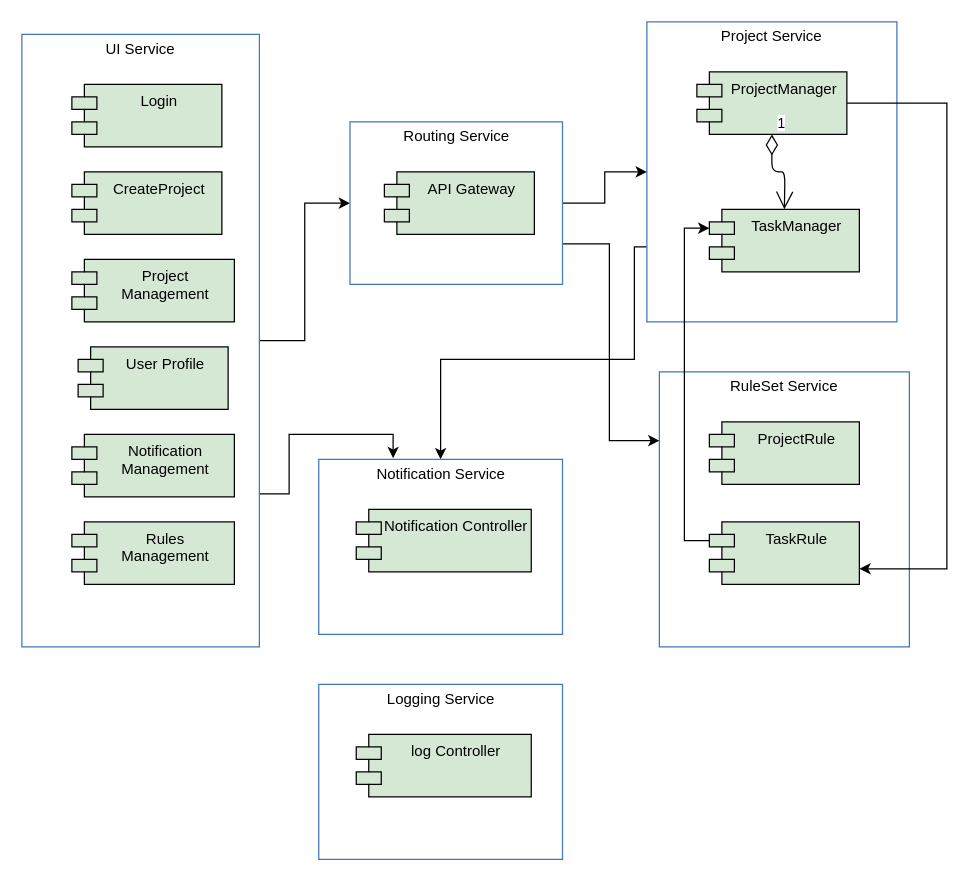
Above: page "Component Model" (3 of 3) of oasis-architecture.drawio in JackZhao2517/drawio_folder (draw.io), before the change. Source tidied: cells renumbered, new cells numbered last; positions are measured from the earlier drawing's top-left corner, leaving out a move shared by most shapes. Both pictures are drawn from the tidied source at 125%, with x=0, y=0 at pixel (21, 21).
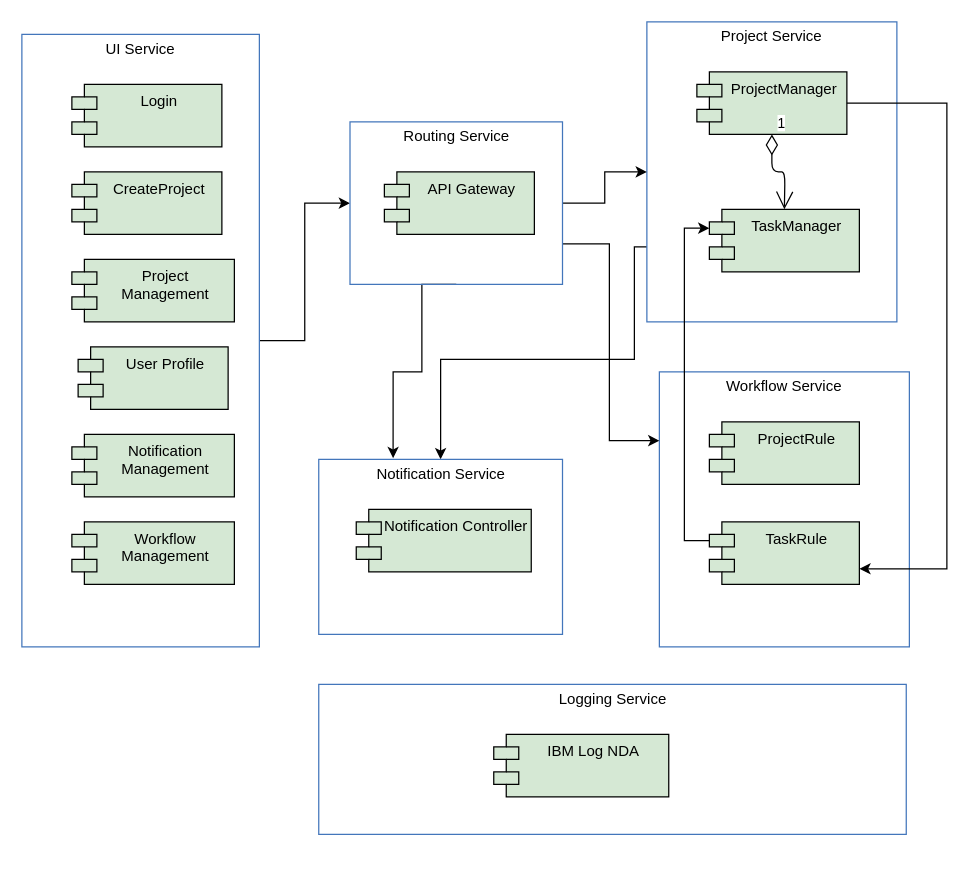
Above is the later version.

The change refers to these unchanged cells:
```xml
<mxCell id="9" value="Notification Service" style="fontStyle=0;verticalAlign=top;align=center;spacingTop=-2;fillColor=none;rounded=0;whiteSpace=wrap;html=1;strokeColor=#4376BB;strokeWidth=1;dashed=0;" parent="1" vertex="1">
  <mxGeometry x="237.5" y="350" width="195" height="140" as="geometry" />
</mxCell>
<mxCell id="13" value="UI Service" style="fontStyle=0;verticalAlign=top;align=center;spacingTop=-2;fillColor=none;rounded=0;whiteSpace=wrap;html=1;strokeColor=#4376BB;strokeWidth=1;dashed=0;" parent="1" vertex="1">
  <mxGeometry y="10" width="190" height="490" as="geometry" />
</mxCell>
<mxCell id="22" value="Routing Service" style="fontStyle=0;verticalAlign=top;align=center;spacingTop=-2;fillColor=none;rounded=0;whiteSpace=wrap;html=1;strokeColor=#4376BB;strokeWidth=1;dashed=0;" parent="1" vertex="1">
  <mxGeometry x="262.5" y="80" width="170" height="130" as="geometry" />
</mxCell>
```

What changed in the source:
```diff
@@
-    <mxCell id="6" value="RuleSet Service" style="fontStyle=0;verticalAlign=top;align=center;spacingTop=-2;fillColor=none;rounded=0;whiteSpace=wrap;html=1;strokeColor=#4376BB;strokeWidth=1;dashed=0;" parent="1" vertex="1">
+    <mxCell id="6" value="Workflow Service" style="fontStyle=0;verticalAlign=top;align=center;spacingTop=-2;fillColor=none;rounded=0;whiteSpace=wrap;html=1;strokeColor=#4376BB;strokeWidth=1;dashed=0;" parent="1" vertex="1">
       <mxGeometry x="510" y="280" width="200" height="220" as="geometry" />
     </mxCell>
@@
-    <mxCell id="12" style="edgeStyle=orthogonalEdgeStyle;rounded=0;jettySize=auto;html=1;exitX=1;exitY=0.75;exitDx=0;exitDy=0;entryX=0.305;entryY=-0.007;entryDx=0;entryDy=0;entryPerimeter=0;" parent="1" edge="1" source="13" target="9">
-      <mxGeometry relative="1" as="geometry" />
+    <mxCell id="12" style="edgeStyle=orthogonalEdgeStyle;rounded=0;jettySize=auto;html=1;exitX=0.5;exitY=1;exitDx=0;exitDy=0;entryX=0.305;entryY=-0.007;entryDx=0;entryDy=0;entryPerimeter=0;" parent="1" edge="1" source="22" target="9">
+      <mxGeometry relative="1" as="geometry">
+        <Array as="points">
+          <mxPoint x="320" y="210" />
+          <mxPoint x="320" y="280" />
+          <mxPoint x="297" y="280" />
+        </Array>
+      </mxGeometry>
     </mxCell>
@@
-    <mxCell id="19" value="Rules &#10;Management" style="shape=module;align=left;spacingLeft=20;align=center;verticalAlign=top;fillColor=#D5E8D4;" parent="13" vertex="1">
+    <mxCell id="19" value="Workflow &#10;Management" style="shape=module;align=left;spacingLeft=20;align=center;verticalAlign=top;fillColor=#D5E8D4;" parent="13" vertex="1">
       <mxGeometry x="40" y="390" width="130" height="50" as="geometry" />
     </mxCell>
@@
     <mxCell id="27" value="Logging Service" style="fontStyle=0;verticalAlign=top;align=center;spacingTop=-2;fillColor=none;rounded=0;whiteSpace=wrap;html=1;strokeColor=#4376BB;strokeWidth=1;dashed=0;" parent="1" vertex="1">
-      <mxGeometry x="237.5" y="530" width="195" height="140" as="geometry" />
+      <mxGeometry x="237.5" y="530" width="470" height="120" as="geometry" />
     </mxCell>
-    <mxCell id="28" value="log Controller" style="shape=module;align=left;spacingLeft=20;align=center;verticalAlign=top;fillColor=#D5E8D4;" parent="27" vertex="1">
-      <mxGeometry x="30" y="40" width="140" height="50" as="geometry" />
+    <mxCell id="28" value="IBM Log NDA" style="shape=module;align=left;spacingLeft=20;align=center;verticalAlign=top;fillColor=#D5E8D4;" parent="27" vertex="1">
+      <mxGeometry x="140" y="40" width="140" height="50" as="geometry" />
     </mxCell>
+    <mxCell id="29" style="edgeStyle=orthogonalEdgeStyle;rounded=0;orthogonalLoop=1;jettySize=auto;html=1;exitX=0.5;exitY=1;exitDx=0;exitDy=0;" parent="1" edge="1" source="27" target="27">
+      <mxGeometry relative="1" as="geometry" />
+    </mxCell>
```
